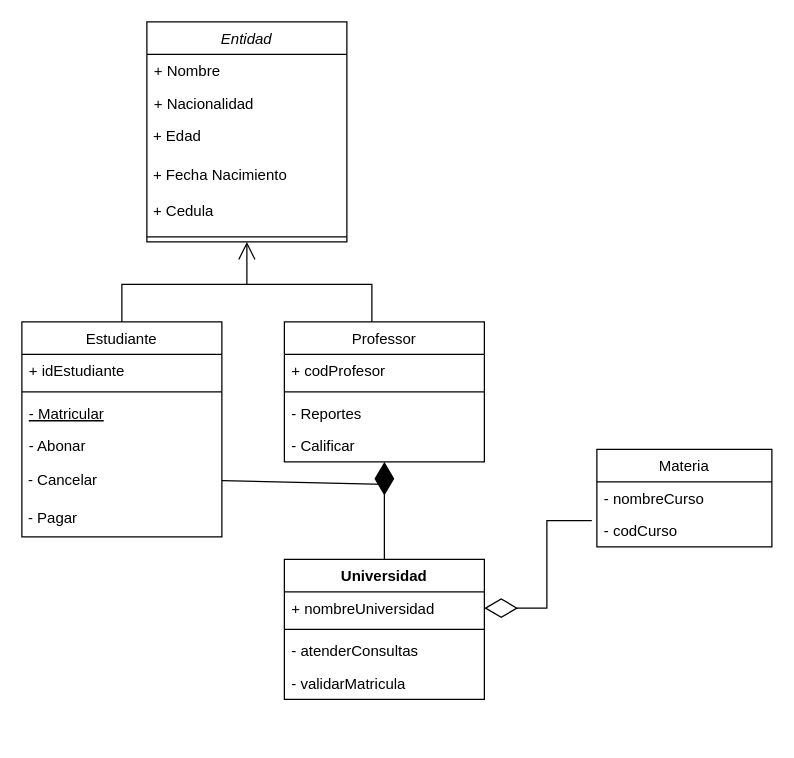
The draw.io diagram Diagrama de clases.drawio in Glen96/Proyecto_Registro_estudiantes, before the edit. Source tidied: cells renumbered, new cells numbered last; positions are measured from the earlier drawing's top-left corner, leaving out a move shared by most shapes. Both pictures are drawn from the tidied source at 125%, with x=0, y=0 at pixel (21, 21).
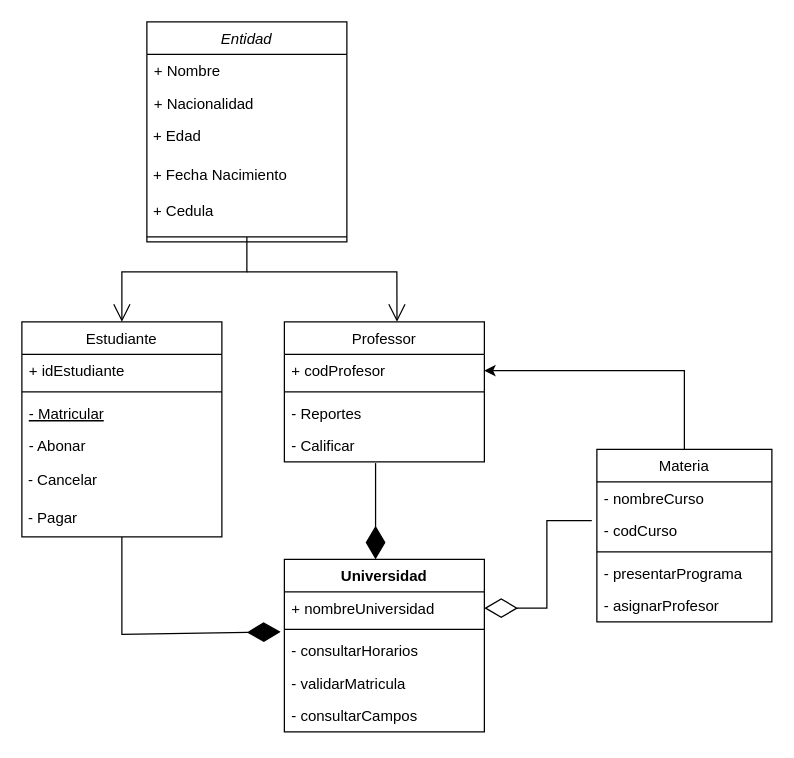
Above is the later version.

The change refers to these unchanged cells:
```xml
<mxCell id="2" value="Entidad" style="swimlane;fontStyle=2;align=center;verticalAlign=top;horizontal=1;startSize=26;rounded=0;shadow=0;strokeWidth=1;" parent="1" vertex="1">
  <mxGeometry x="100" width="160" height="176" as="geometry" />
</mxCell>
<mxCell id="9" value="Estudiante" style="swimlane;fontStyle=0;align=center;verticalAlign=top;horizontal=1;startSize=26;rounded=0;shadow=0;strokeWidth=1;" parent="1" vertex="1">
  <mxGeometry y="240" width="160" height="172" as="geometry" />
</mxCell>
<mxCell id="14" value="&amp;nbsp;- Cancelar" style="text;html=1;strokeColor=none;fillColor=none;align=left;verticalAlign=middle;whiteSpace=wrap;rounded=0;" parent="9" vertex="1">
  <mxGeometry y="112" width="160" height="30" as="geometry" />
</mxCell>
<mxCell id="15" value="&amp;nbsp;- Pagar" style="text;html=1;strokeColor=none;fillColor=none;align=left;verticalAlign=middle;whiteSpace=wrap;rounded=0;" parent="9" vertex="1">
  <mxGeometry y="142" width="160" height="30" as="geometry" />
</mxCell>
<mxCell id="16" value="Professor" style="swimlane;fontStyle=0;align=center;verticalAlign=top;horizontal=1;startSize=26;rounded=0;shadow=0;strokeWidth=1;" parent="1" vertex="1">
  <mxGeometry x="210" y="240" width="160" height="112" as="geometry" />
</mxCell>
<mxCell id="17" value="+ codProfesor" style="text;align=left;verticalAlign=top;spacingLeft=4;spacingRight=4;overflow=hidden;points=[[0,0.5],[1,0.5]];portConstraint=eastwest;" parent="16" vertex="1">
  <mxGeometry y="26" width="160" height="26" as="geometry" />
</mxCell>
<mxCell id="20" value="- Calificar" style="text;strokeColor=none;fillColor=none;align=left;verticalAlign=top;spacingLeft=4;spacingRight=4;overflow=hidden;points=[[0,0.5],[1,0.5]];portConstraint=eastwest;" parent="16" vertex="1">
  <mxGeometry y="86" width="160" height="26" as="geometry" />
</mxCell>
```

Change to the diagram source:
```diff
@@
-    <mxCell id="21" style="endArrow=none;html=1;rounded=0;" parent="1" edge="1">
-      <mxGeometry relative="1" as="geometry">
-        <mxPoint x="280" y="240" as="sourcePoint" />
-        <mxPoint x="180" y="210" as="targetPoint" />
-        <Array as="points">
-          <mxPoint x="280" y="210" />
-        </Array>
-      </mxGeometry>
-    </mxCell>
-    <mxCell id="22" style="endArrow=open;endFill=1;endSize=12;html=1;rounded=0;entryX=0.5;entryY=1;entryDx=0;entryDy=0;exitX=0.5;exitY=0;exitDx=0;exitDy=0;" parent="1" edge="1" source="9" target="2">
-      <mxGeometry relative="1" as="geometry">
-        <Array as="points">
-          <mxPoint x="80" y="210" />
-          <mxPoint x="180" y="210" />
-        </Array>
-      </mxGeometry>
-    </mxCell>
     <mxCell id="23" value="Universidad" style="swimlane;fontStyle=1;align=center;verticalAlign=top;horizontal=1;startSize=26;" parent="1" vertex="1">
-      <mxGeometry x="210" y="430" width="160" height="112" as="geometry" />
+      <mxGeometry x="210" y="430" width="160" height="138" as="geometry" />
     </mxCell>
@@
-    <mxCell id="26" value="- atenderConsultas" style="text;strokeColor=none;fillColor=none;align=left;verticalAlign=top;spacingLeft=4;spacingRight=4;overflow=hidden;points=[[0,0.5],[1,0.5]];portConstraint=eastwest;" parent="23" vertex="1">
+    <mxCell id="26" value="- consultarHorarios" style="text;strokeColor=none;fillColor=none;align=left;verticalAlign=top;spacingLeft=4;spacingRight=4;overflow=hidden;points=[[0,0.5],[1,0.5]];portConstraint=eastwest;" parent="23" vertex="1">
       <mxGeometry y="60" width="160" height="26" as="geometry" />
     </mxCell>
@@
-    <mxCell id="28" style="endArrow=diamondThin;endFill=1;endSize=24;html=1;rounded=0;exitX=0.5;exitY=0;exitDx=0;exitDy=0;entryX=0.5;entryY=1;entryDx=0;entryDy=0;" parent="1" edge="1" source="23" target="16">
-      <mxGeometry relative="1" as="geometry" />
-    </mxCell>
-    <mxCell id="29" style="endArrow=none;html=1;rounded=0;exitX=1;exitY=0.5;exitDx=0;exitDy=0;" parent="1" edge="1" source="14">
-      <mxGeometry relative="1" as="geometry">
-        <mxPoint x="290" y="370" as="targetPoint" />
-      </mxGeometry>
-    </mxCell>
+    <mxCell id="34" value="- consultarCampos" style="text;strokeColor=none;fillColor=none;align=left;verticalAlign=top;spacingLeft=4;spacingRight=4;overflow=hidden;" parent="23" vertex="1">
+      <mxGeometry y="112" width="160" height="26" as="geometry" />
+    </mxCell>
     <mxCell id="30" value="Materia" style="swimlane;fontStyle=0;horizontal=1;startSize=26;fillColor=none;align=center;" parent="1" vertex="1">
-      <mxGeometry x="460" y="342" width="140" height="78" as="geometry" />
+      <mxGeometry x="460" y="342" width="140" height="138" as="geometry" />
     </mxCell>
@@
+    <mxCell id="35" style="line;strokeWidth=1;fillColor=none;align=left;verticalAlign=middle;spacingTop=-1;spacingLeft=3;spacingRight=3;labelPosition=right;" parent="30" vertex="1">
+      <mxGeometry y="78" width="140" height="8" as="geometry" />
+    </mxCell>
+    <mxCell id="36" value="- presentarPrograma" style="text;strokeColor=none;fillColor=none;align=left;verticalAlign=top;spacingLeft=4;spacingRight=4;overflow=hidden;" parent="30" vertex="1">
+      <mxGeometry y="86" width="140" height="26" as="geometry" />
+    </mxCell>
+    <mxCell id="37" value="- asignarProfesor" style="text;strokeColor=none;fillColor=none;align=left;verticalAlign=top;spacingLeft=4;spacingRight=4;overflow=hidden;" parent="30" vertex="1">
+      <mxGeometry y="112" width="140" height="26" as="geometry" />
+    </mxCell>
@@
+    <mxCell id="38" style="endArrow=classic;html=1;rounded=0;entryX=1;entryY=0.5;entryDx=0;entryDy=0;exitX=0.5;exitY=0;exitDx=0;exitDy=0;" parent="1" edge="1" source="30" target="17">
+      <mxGeometry relative="1" as="geometry">
+        <Array as="points">
+          <mxPoint x="530" y="279" />
+        </Array>
+      </mxGeometry>
+    </mxCell>
+    <mxCell id="39" style="endArrow=open;endFill=1;endSize=12;html=1;rounded=0;entryX=0.5;entryY=0;entryDx=0;entryDy=0;" parent="1" edge="1" target="9">
+      <mxGeometry relative="1" as="geometry">
+        <mxPoint x="180" y="172" as="sourcePoint" />
+        <Array as="points">
+          <mxPoint x="180" y="200" />
+          <mxPoint x="80" y="200" />
+        </Array>
+      </mxGeometry>
+    </mxCell>
+    <mxCell id="40" style="endArrow=open;endFill=1;endSize=12;html=1;rounded=0;entryX=0.563;entryY=0;entryDx=0;entryDy=0;entryPerimeter=0;" parent="1" edge="1" target="16">
+      <mxGeometry relative="1" as="geometry">
+        <mxPoint x="180" y="200" as="sourcePoint" />
+        <Array as="points">
+          <mxPoint x="300" y="200" />
+        </Array>
+      </mxGeometry>
+    </mxCell>
+    <mxCell id="41" style="endArrow=diamondThin;endFill=1;endSize=24;html=1;rounded=0;exitX=0.456;exitY=1.038;exitDx=0;exitDy=0;exitPerimeter=0;entryX=0.456;entryY=0;entryDx=0;entryDy=0;entryPerimeter=0;" parent="1" edge="1" source="20" target="23">
+      <mxGeometry relative="1" as="geometry" />
+    </mxCell>
+    <mxCell id="42" style="endArrow=diamondThin;endFill=1;endSize=24;html=1;rounded=0;exitX=0.5;exitY=1;exitDx=0;exitDy=0;entryX=-0.019;entryY=-0.077;entryDx=0;entryDy=0;entryPerimeter=0;" parent="1" edge="1" source="15" target="26">
+      <mxGeometry relative="1" as="geometry">
+        <Array as="points">
+          <mxPoint x="80" y="490" />
+        </Array>
+      </mxGeometry>
+    </mxCell>
```
